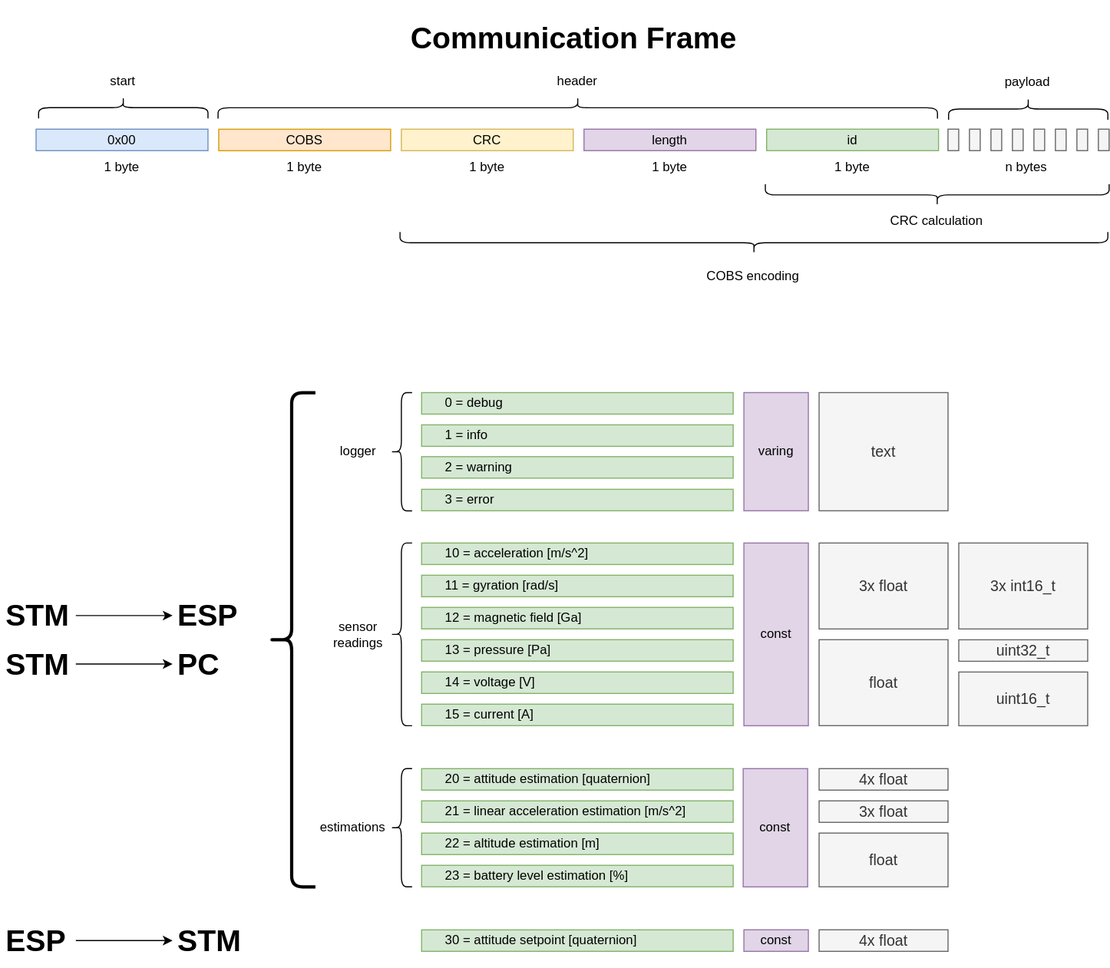
Eryk-Mozdzen/uav-tvc-goose keeps this draw.io diagram as docs/communication_protocol.drawio.svg. Above is the earlier version. Source tidied: cells renumbered, new cells last; positions are measured from the earlier drawing's top-left corner, leaving out a move shared by most shapes.
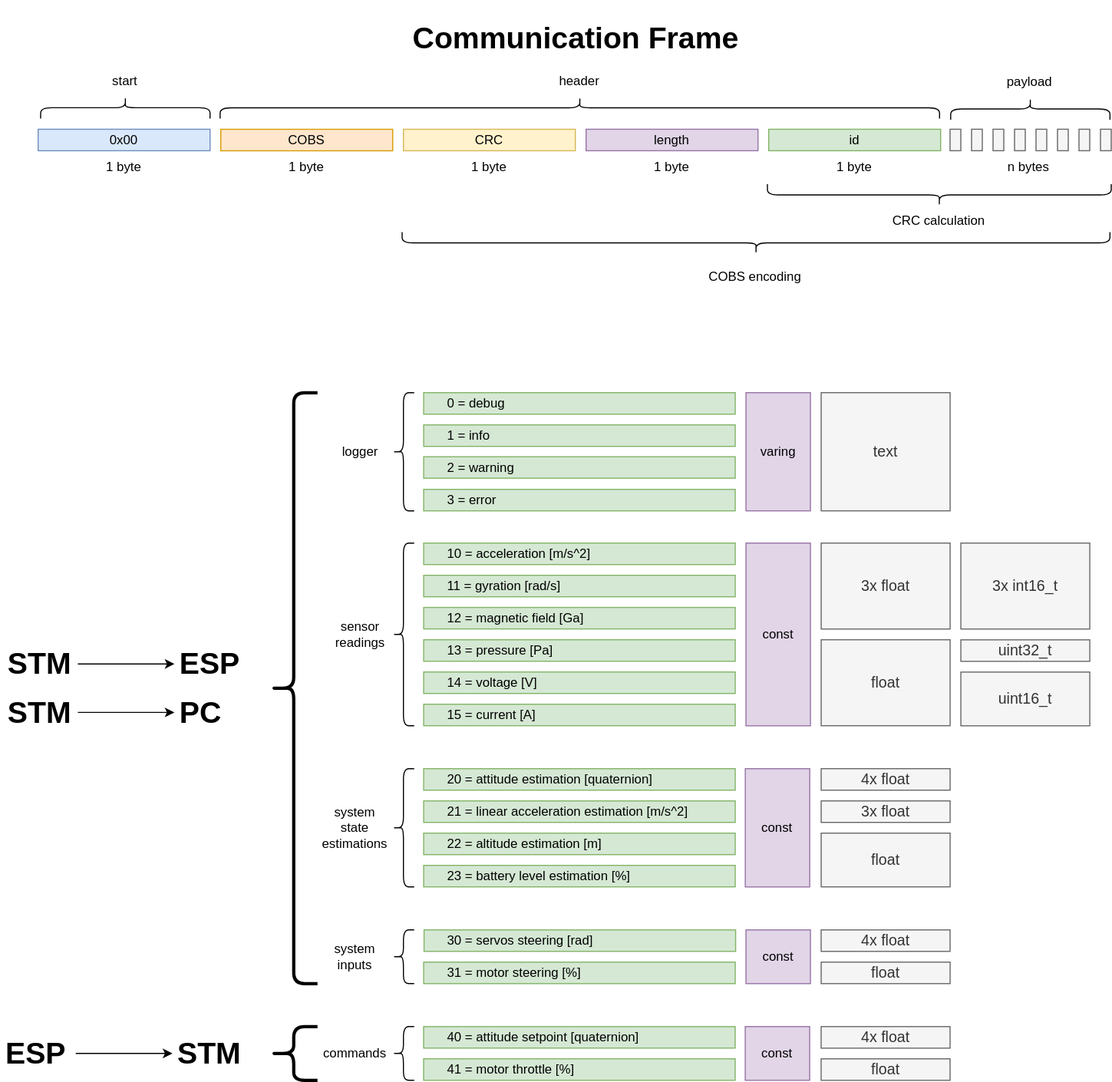
The same file after the commit.

Commit message:
add system inputs telemetry and motor throttle

Diff of the diagram source:
```diff
@@ -168,16 +168,16 @@
       <mxGeometry x="761.8" y="1009.9" width="120" height="50" as="geometry" />
     </mxCell>
     <mxCell id="57" value="&lt;h1&gt;STM&lt;/h1&gt;" style="text;html=1;strokeColor=none;fillColor=none;spacing=5;spacingTop=-20;whiteSpace=wrap;overflow=hidden;rounded=0;fontSize=14;" parent="1" vertex="1">
-      <mxGeometry y="782.4" width="70" height="50" as="geometry" />
+      <mxGeometry x="-0.1" y="827.4" width="70" height="50" as="geometry" />
     </mxCell>
     <mxCell id="58" value="&lt;h1&gt;ESP&lt;/h1&gt;" style="text;html=1;strokeColor=none;fillColor=none;spacing=5;spacingTop=-20;whiteSpace=wrap;overflow=hidden;rounded=0;fontSize=14;" parent="1" vertex="1">
-      <mxGeometry x="160" y="782.4" width="70" height="50" as="geometry" />
+      <mxGeometry x="159.9" y="827.4" width="70" height="50" as="geometry" />
     </mxCell>
     <mxCell id="59" value="&lt;h1&gt;STM&lt;/h1&gt;" style="text;html=1;strokeColor=none;fillColor=none;spacing=5;spacingTop=-20;whiteSpace=wrap;overflow=hidden;rounded=0;fontSize=14;" parent="1" vertex="1">
-      <mxGeometry y="827.6" width="70" height="50" as="geometry" />
+      <mxGeometry x="-0.1" y="872.6" width="70" height="50" as="geometry" />
     </mxCell>
     <mxCell id="60" value="&lt;h1&gt;PC&lt;/h1&gt;" style="text;html=1;strokeColor=none;fillColor=none;spacing=5;spacingTop=-20;whiteSpace=wrap;overflow=hidden;rounded=0;fontSize=14;" parent="1" vertex="1">
-      <mxGeometry x="160" y="827.6" width="70" height="50" as="geometry" />
+      <mxGeometry x="159.9" y="872.6" width="70" height="50" as="geometry" />
     </mxCell>
     <mxCell id="61" style="endArrow=classic;html=1;exitX=1;exitY=0.5;exitDx=0;exitDy=0;entryX=0;entryY=0.5;entryDx=0;entryDy=0;" parent="1" edge="1" source="57" target="58">
       <mxGeometry relative="1" as="geometry" />
@@ -186,19 +186,19 @@
       <mxGeometry relative="1" as="geometry" />
     </mxCell>
     <mxCell id="63" style="shape=curlyBracket;whiteSpace=wrap;html=1;rounded=1;labelPosition=left;verticalLabelPosition=middle;align=right;verticalAlign=middle;strokeWidth=3;" parent="1" vertex="1">
-      <mxGeometry x="248.8" y="600" width="44.2" height="460" as="geometry" />
+      <mxGeometry x="248.8" y="600" width="44.2" height="550" as="geometry" />
     </mxCell>
     <mxCell id="64" value="&lt;h1&gt;ESP&lt;/h1&gt;" style="text;html=1;strokeColor=none;fillColor=none;spacing=5;spacingTop=-20;whiteSpace=wrap;overflow=hidden;rounded=0;fontSize=14;" parent="1" vertex="1">
-      <mxGeometry y="1085" width="70" height="50" as="geometry" />
+      <mxGeometry x="-2" y="1190" width="70" height="50" as="geometry" />
     </mxCell>
     <mxCell id="65" value="&lt;h1&gt;STM&lt;/h1&gt;" style="text;html=1;strokeColor=none;fillColor=none;spacing=5;spacingTop=-20;whiteSpace=wrap;overflow=hidden;rounded=0;fontSize=14;" parent="1" vertex="1">
-      <mxGeometry x="160" y="1085" width="70" height="50" as="geometry" />
+      <mxGeometry x="158" y="1190" width="70" height="50" as="geometry" />
     </mxCell>
     <mxCell id="66" style="endArrow=classic;html=1;exitX=1;exitY=0.5;exitDx=0;exitDy=0;entryX=0;entryY=0.5;entryDx=0;entryDy=0;" parent="1" edge="1" source="64" target="65">
       <mxGeometry relative="1" as="geometry" />
     </mxCell>
     <mxCell id="67" value="4x float" style="rounded=0;whiteSpace=wrap;html=1;fontSize=14;fillColor=#f5f5f5;fontColor=#333333;strokeColor=#666666;" parent="1" vertex="1">
-      <mxGeometry x="761.8" y="1099.9" width="120" height="20.1" as="geometry" />
+      <mxGeometry x="761.8" y="1190" width="120" height="20.1" as="geometry" />
     </mxCell>
     <mxCell id="68" style="shape=curlyBracket;whiteSpace=wrap;html=1;rounded=1;labelPosition=left;verticalLabelPosition=middle;align=right;verticalAlign=middle;" parent="1" vertex="1">
       <mxGeometry x="363" y="600" width="20" height="110" as="geometry" />
@@ -215,17 +215,53 @@
     <mxCell id="72" style="shape=curlyBracket;whiteSpace=wrap;html=1;rounded=1;labelPosition=left;verticalLabelPosition=middle;align=right;verticalAlign=middle;" parent="1" vertex="1">
       <mxGeometry x="363" y="949.9" width="20" height="110" as="geometry" />
     </mxCell>
-    <mxCell id="73" value="estimations" style="text;html=1;strokeColor=none;fillColor=none;align=center;verticalAlign=middle;whiteSpace=wrap;rounded=0;" parent="1" vertex="1">
+    <mxCell id="73" value="system&lt;br&gt;state&lt;br&gt;estimations" style="text;html=1;strokeColor=none;fillColor=none;align=center;verticalAlign=middle;whiteSpace=wrap;rounded=0;" parent="1" vertex="1">
       <mxGeometry x="293" y="989.9" width="70" height="30" as="geometry" />
     </mxCell>
-    <mxCell id="74" value="30 = attitude setpoint [quaternion]" style="rounded=0;whiteSpace=wrap;html=1;fillColor=#d5e8d4;strokeColor=#82b366;align=left;spacingLeft=20;" parent="1" vertex="1">
-      <mxGeometry x="391.8" y="1100" width="290" height="20" as="geometry" />
+    <mxCell id="74" value="40 = attitude setpoint [quaternion]" style="rounded=0;whiteSpace=wrap;html=1;fillColor=#d5e8d4;strokeColor=#82b366;align=left;spacingLeft=20;" parent="1" vertex="1">
+      <mxGeometry x="391.8" y="1190" width="290" height="20" as="geometry" />
     </mxCell>
     <mxCell id="75" value="const" style="rounded=0;whiteSpace=wrap;html=1;fillColor=#e1d5e7;strokeColor=#9673a6;" parent="1" vertex="1">
       <mxGeometry x="691.2" y="949.9" width="60" height="110.1" as="geometry" />
     </mxCell>
     <mxCell id="76" value="const" style="rounded=0;whiteSpace=wrap;html=1;fillColor=#e1d5e7;strokeColor=#9673a6;" parent="1" vertex="1">
-      <mxGeometry x="691.8" y="1099.9" width="60" height="20.1" as="geometry" />
+      <mxGeometry x="691.1" y="1190" width="60" height="50" as="geometry" />
     </mxCell>
+    <mxCell id="77" value="30 = servos steering [rad]" style="rounded=0;whiteSpace=wrap;html=1;fillColor=#d5e8d4;strokeColor=#82b366;align=left;spacingLeft=20;" parent="1" vertex="1">
+      <mxGeometry x="392.2" y="1100" width="290" height="20" as="geometry" />
+    </mxCell>
+    <mxCell id="78" value="const" style="rounded=0;whiteSpace=wrap;html=1;fillColor=#e1d5e7;strokeColor=#9673a6;" parent="1" vertex="1">
+      <mxGeometry x="691.8" y="1100" width="60" height="50" as="geometry" />
+    </mxCell>
+    <mxCell id="79" value="4x float" style="rounded=0;whiteSpace=wrap;html=1;fontSize=14;fillColor=#f5f5f5;fontColor=#333333;strokeColor=#666666;" parent="1" vertex="1">
+      <mxGeometry x="761.8" y="1100" width="120" height="20" as="geometry" />
+    </mxCell>
+    <mxCell id="80" value="31 = motor steering [%]" style="rounded=0;whiteSpace=wrap;html=1;fillColor=#d5e8d4;strokeColor=#82b366;align=left;spacingLeft=20;" parent="1" vertex="1">
+      <mxGeometry x="391.8" y="1130" width="290" height="20" as="geometry" />
+    </mxCell>
+    <mxCell id="81" value="float" style="rounded=0;whiteSpace=wrap;html=1;fontSize=14;fillColor=#f5f5f5;fontColor=#333333;strokeColor=#666666;" parent="1" vertex="1">
+      <mxGeometry x="761.8" y="1130" width="120" height="20" as="geometry" />
+    </mxCell>
+    <mxCell id="82" style="shape=curlyBracket;whiteSpace=wrap;html=1;rounded=1;labelPosition=left;verticalLabelPosition=middle;align=right;verticalAlign=middle;" parent="1" vertex="1">
+      <mxGeometry x="363" y="1100" width="20" height="50" as="geometry" />
+    </mxCell>
+    <mxCell id="83" value="system&lt;br&gt;inputs" style="text;html=1;strokeColor=none;fillColor=none;align=center;verticalAlign=middle;whiteSpace=wrap;rounded=0;" parent="1" vertex="1">
+      <mxGeometry x="293" y="1110" width="70" height="30" as="geometry" />
+    </mxCell>
+    <mxCell id="84" value="41 = motor throttle [%]" style="rounded=0;whiteSpace=wrap;html=1;fillColor=#d5e8d4;strokeColor=#82b366;align=left;spacingLeft=20;" parent="1" vertex="1">
+      <mxGeometry x="391.8" y="1220" width="290" height="20" as="geometry" />
+    </mxCell>
+    <mxCell id="85" value="float" style="rounded=0;whiteSpace=wrap;html=1;fontSize=14;fillColor=#f5f5f5;fontColor=#333333;strokeColor=#666666;" parent="1" vertex="1">
+      <mxGeometry x="761.8" y="1220" width="120" height="20" as="geometry" />
+    </mxCell>
+    <mxCell id="86" style="shape=curlyBracket;whiteSpace=wrap;html=1;rounded=1;labelPosition=left;verticalLabelPosition=middle;align=right;verticalAlign=middle;" parent="1" vertex="1">
+      <mxGeometry x="363" y="1190" width="20" height="50" as="geometry" />
+    </mxCell>
+    <mxCell id="87" value="commands" style="text;html=1;strokeColor=none;fillColor=none;align=center;verticalAlign=middle;whiteSpace=wrap;rounded=0;" parent="1" vertex="1">
+      <mxGeometry x="293" y="1200" width="70" height="30" as="geometry" />
+    </mxCell>
+    <mxCell id="88" style="shape=curlyBracket;whiteSpace=wrap;html=1;rounded=1;labelPosition=left;verticalLabelPosition=middle;align=right;verticalAlign=middle;strokeWidth=3;" parent="1" vertex="1">
+      <mxGeometry x="248.8" y="1190" width="44.2" height="50" as="geometry" />
+    </mxCell>
   </root>
 </mxGraphModel>
```
